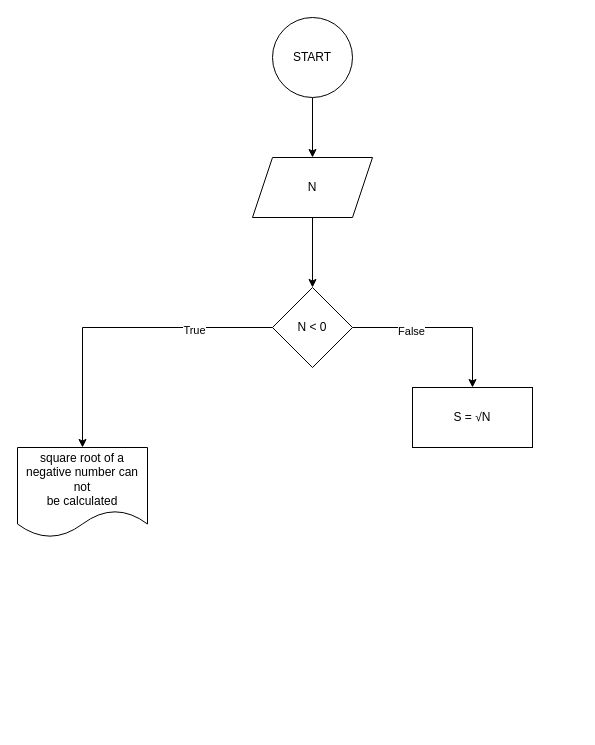
Above: Untitled Diagram.drawio in uthmanigbin/university-work (draw.io), before the change. Source tidied: cells renumbered, new cells numbered last; positions are measured from the earlier drawing's top-left corner, leaving out a move shared by most shapes. Both pictures are drawn from the tidied source at 100%, with x=0, y=0 at pixel (17, 17).
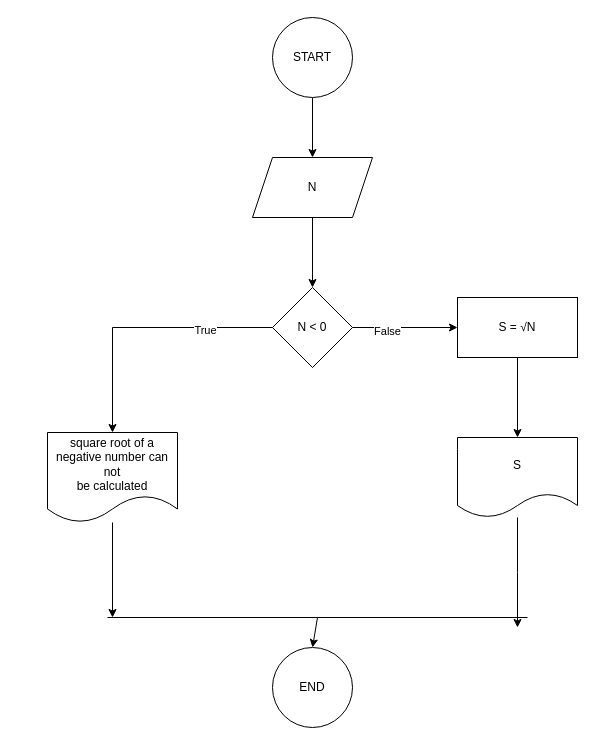
Above is the later version.

Diff of the diagram source:
```diff
@@
+    <mxCell id="13" style="edgeStyle=orthogonalEdgeStyle;rounded=0;jettySize=auto;html=1;" parent="1" edge="1" source="11">
+      <mxGeometry relative="1" as="geometry">
+        <mxPoint x="95" y="600" as="targetPoint" />
+      </mxGeometry>
+    </mxCell>
     <mxCell id="11" value="square root of a negative number can not&lt;br&gt;be calculated" style="shape=document;whiteSpace=wrap;html=1;boundedLbl=1;" parent="1" vertex="1">
-      <mxGeometry y="430" width="130" height="90" as="geometry" />
+      <mxGeometry x="30" y="415" width="130" height="90" as="geometry" />
     </mxCell>
+    <mxCell id="14" style="edgeStyle=orthogonalEdgeStyle;rounded=0;jettySize=auto;html=1;entryX=0.5;entryY=0;entryDx=0;entryDy=0;" parent="1" edge="1" source="12" target="16">
+      <mxGeometry relative="1" as="geometry" />
+    </mxCell>
     <mxCell id="12" value="S = √N" style="whiteSpace=wrap;html=1;" parent="1" vertex="1">
-      <mxGeometry x="395" y="370" width="120" height="60" as="geometry" />
+      <mxGeometry x="440" y="280" width="120" height="60" as="geometry" />
     </mxCell>
+    <mxCell id="15" style="edgeStyle=orthogonalEdgeStyle;rounded=0;jettySize=auto;html=1;" parent="1" edge="1" source="16">
+      <mxGeometry relative="1" as="geometry">
+        <mxPoint x="500" y="610" as="targetPoint" />
+      </mxGeometry>
+    </mxCell>
+    <mxCell id="16" value="S" style="shape=document;whiteSpace=wrap;html=1;boundedLbl=1;" parent="1" vertex="1">
+      <mxGeometry x="440" y="420" width="120" height="80" as="geometry" />
+    </mxCell>
+    <mxCell id="17" value="END" style="ellipse;whiteSpace=wrap;html=1;" parent="1" vertex="1">
+      <mxGeometry x="255" y="630" width="80" height="80" as="geometry" />
+    </mxCell>
+    <mxCell id="18" style="endArrow=none;html=1;rounded=0;" parent="1" edge="1">
+      <mxGeometry relative="1" as="geometry">
+        <mxPoint x="90" y="600" as="sourcePoint" />
+        <mxPoint x="510" y="600" as="targetPoint" />
+      </mxGeometry>
+    </mxCell>
+    <mxCell id="19" style="endArrow=classic;html=1;rounded=0;entryX=0.5;entryY=0;entryDx=0;entryDy=0;" parent="1" edge="1" target="17">
+      <mxGeometry relative="1" as="geometry">
+        <mxPoint x="300" y="600" as="sourcePoint" />
+      </mxGeometry>
+    </mxCell>
```
